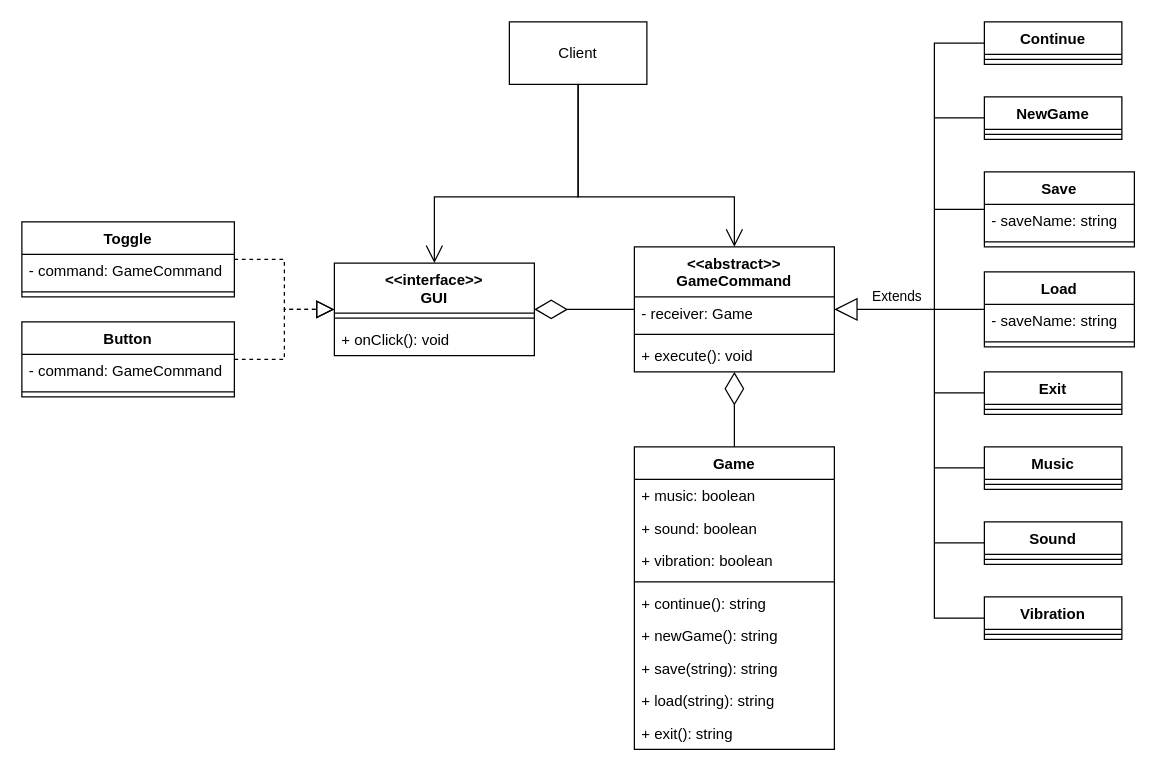
Vlas1d/BasePatterns keeps this draw.io diagram as diagrams/behavioral/1iterator.drawio. Above is the earlier version. Source tidied: cells renumbered, new cells numbered last; positions are measured from the earlier drawing's top-left corner, leaving out a move shared by most shapes. Both pictures are drawn from the tidied source at 125%, with x=0, y=0 at pixel (21, 21).
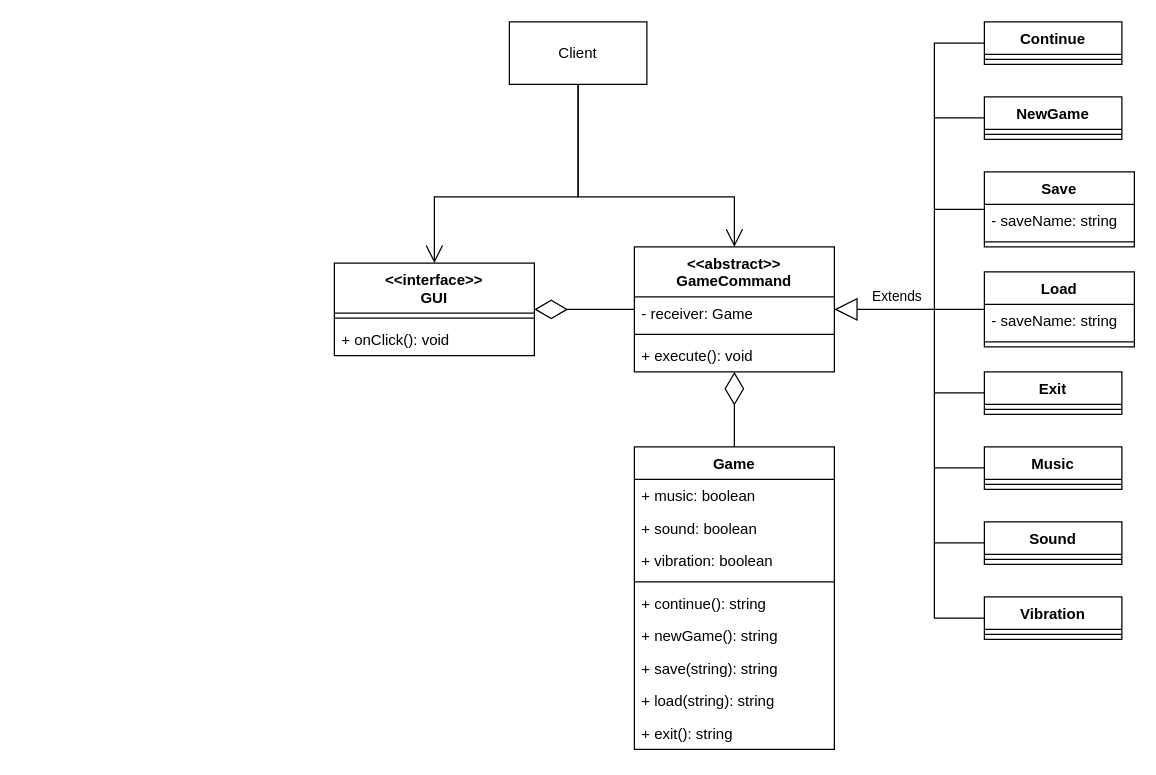
Above is the later version.

Commit message (it also covers changes not shown here):
mediator(code&diagram)

The change refers to these unchanged cells:
```xml
<mxCell id="4" value="&amp;lt;&amp;lt;interface&amp;gt;&amp;gt;&lt;br&gt;GUI" style="swimlane;fontStyle=1;align=center;verticalAlign=top;horizontal=1;startSize=40;whiteSpace=wrap;html=1;" parent="1" vertex="1">
  <mxGeometry x="250" y="193" width="160" height="74" as="geometry" />
</mxCell>
```

Change to the diagram source:
```diff
@@
-    <mxCell id="7" value="Button" style="swimlane;fontStyle=1;align=center;verticalAlign=top;horizontal=1;startSize=26;whiteSpace=wrap;html=1;" parent="1" vertex="1">
-      <mxGeometry y="240" width="170" height="60" as="geometry" />
-    </mxCell>
-    <mxCell id="8" value="- command: GameCommand" style="text;strokeColor=none;fillColor=none;align=left;verticalAlign=top;spacingLeft=4;spacingRight=4;overflow=hidden;whiteSpace=wrap;html=1;" parent="7" vertex="1">
-      <mxGeometry y="26" width="170" height="26" as="geometry" />
-    </mxCell>
-    <mxCell id="9" style="line;strokeWidth=1;fillColor=none;align=left;verticalAlign=middle;spacingTop=-1;spacingLeft=3;spacingRight=3;labelPosition=right;strokeColor=inherit;" parent="7" vertex="1">
-      <mxGeometry y="52" width="170" height="8" as="geometry" />
-    </mxCell>
-    <mxCell id="10" value="Toggle" style="swimlane;fontStyle=1;align=center;verticalAlign=top;horizontal=1;startSize=26;whiteSpace=wrap;html=1;" parent="1" vertex="1">
-      <mxGeometry y="160" width="170" height="60" as="geometry" />
-    </mxCell>
-    <mxCell id="11" value="- command: GameCommand" style="text;strokeColor=none;fillColor=none;align=left;verticalAlign=top;spacingLeft=4;spacingRight=4;overflow=hidden;whiteSpace=wrap;html=1;" parent="10" vertex="1">
-      <mxGeometry y="26" width="170" height="26" as="geometry" />
-    </mxCell>
-    <mxCell id="12" style="line;strokeWidth=1;fillColor=none;align=left;verticalAlign=middle;spacingTop=-1;spacingLeft=3;spacingRight=3;labelPosition=right;strokeColor=inherit;" parent="10" vertex="1">
-      <mxGeometry y="52" width="170" height="8" as="geometry" />
-    </mxCell>
@@
-    <mxCell id="53" style="endArrow=block;dashed=1;endFill=0;endSize=12;html=1;rounded=0;" parent="1" edge="1" source="10" target="4">
-      <mxGeometry relative="1" as="geometry">
-        <Array as="points">
-          <mxPoint x="210" y="190" />
-          <mxPoint x="210" y="230" />
-        </Array>
-      </mxGeometry>
-    </mxCell>
-    <mxCell id="54" style="endArrow=block;dashed=1;endFill=0;endSize=12;html=1;rounded=0;" parent="1" edge="1" source="7" target="4">
-      <mxGeometry relative="1" as="geometry">
-        <Array as="points">
-          <mxPoint x="210" y="270" />
-          <mxPoint x="210" y="230" />
-        </Array>
-      </mxGeometry>
-    </mxCell>
```
